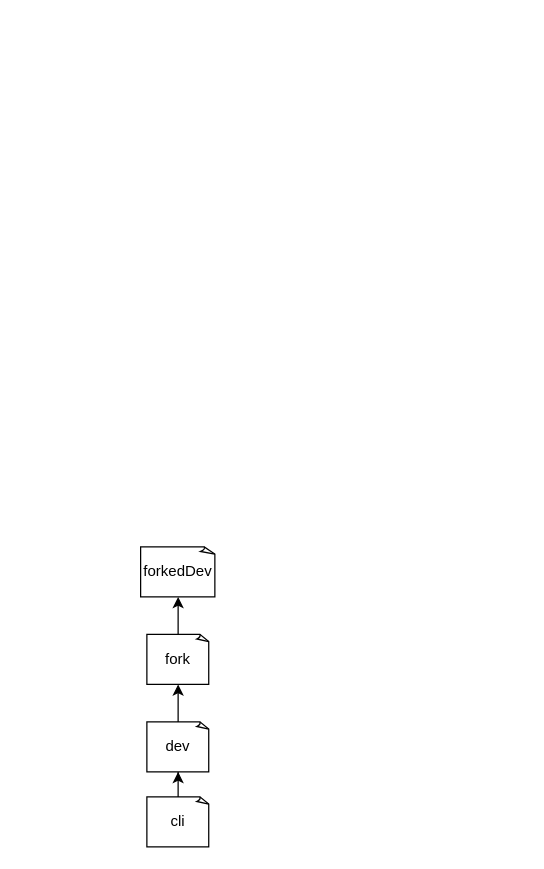
Above: umijs.drawio in simplast/blog (draw.io), before the change. Source tidied: cells renumbered, new cells numbered last; positions are measured from the earlier drawing's top-left corner, leaving out a move shared by most shapes. Both pictures are drawn from the tidied source at 125%, with x=0, y=0 at pixel (140, 546).
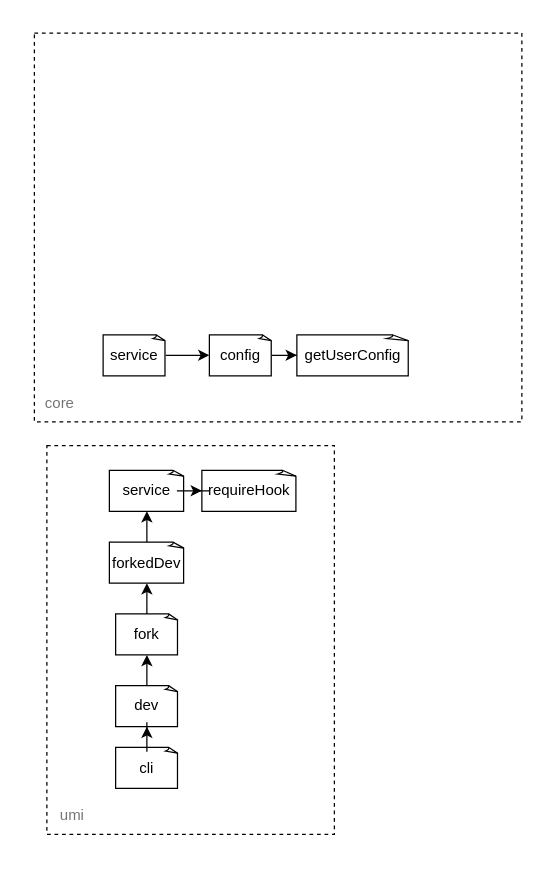
After the change.

Change to the diagram source:
```diff
@@
+    <mxCell id="9" style="group;dashed=1;" parent="1" vertex="1">
+      <mxGeometry x="-85" y="-90" width="240" height="320" as="geometry" />
+    </mxCell>
+    <mxCell id="10" style="verticalLabelPosition=bottom;verticalAlign=top;html=1;shape=mxgraph.basic.rect;fillColor2=none;strokeWidth=1;size=30;indent=5;dashed=1;" parent="9" vertex="1">
+      <mxGeometry x="10" y="8.9" width="230" height="311.1" as="geometry" />
+    </mxCell>
+    <mxCell id="3" value="cli" style="whiteSpace=wrap;html=1;shape=mxgraph.basic.document;" parent="9" vertex="1">
+      <mxGeometry x="65" y="250.3" width="50" height="32.8" as="geometry" />
+    </mxCell>
+    <mxCell id="5" value="dev" style="whiteSpace=wrap;html=1;shape=mxgraph.basic.document;" parent="9" vertex="1">
+      <mxGeometry x="65" y="201" width="50" height="32.8" as="geometry" />
+    </mxCell>
-    <mxCell id="2" style="edgeStyle=orthogonalEdgeStyle;rounded=0;jettySize=auto;html=1;" parent="1" edge="1" source="3" target="5">
+    <mxCell id="2" style="edgeStyle=orthogonalEdgeStyle;rounded=0;jettySize=auto;html=1;" parent="9" edge="1" source="3" target="5">
       <mxGeometry relative="1" as="geometry" />
     </mxCell>
-    <mxCell id="3" value="cli" style="whiteSpace=wrap;html=1;shape=mxgraph.basic.document;" parent="1" vertex="1">
-      <mxGeometry x="5" y="200" width="50" height="40" as="geometry" />
-    </mxCell>
+    <mxCell id="7" value="fork" style="whiteSpace=wrap;html=1;shape=mxgraph.basic.document;" parent="9" vertex="1">
+      <mxGeometry x="65" y="143.6" width="50" height="32.8" as="geometry" />
+    </mxCell>
-    <mxCell id="4" style="edgeStyle=orthogonalEdgeStyle;rounded=0;jettySize=auto;html=1;" parent="1" edge="1" source="5" target="7">
+    <mxCell id="4" style="edgeStyle=orthogonalEdgeStyle;rounded=0;jettySize=auto;html=1;" parent="9" edge="1" source="5" target="7">
       <mxGeometry relative="1" as="geometry" />
     </mxCell>
-    <mxCell id="5" value="dev" style="whiteSpace=wrap;html=1;shape=mxgraph.basic.document;" parent="1" vertex="1">
-      <mxGeometry x="5" y="140" width="50" height="40" as="geometry" />
-    </mxCell>
+    <mxCell id="8" value="forkedDev" style="whiteSpace=wrap;html=1;shape=mxgraph.basic.document;" parent="9" vertex="1">
+      <mxGeometry x="60" y="86.2" width="60" height="32.8" as="geometry" />
+    </mxCell>
-    <mxCell id="6" style="edgeStyle=orthogonalEdgeStyle;rounded=0;jettySize=auto;html=1;" parent="1" edge="1" source="7" target="8">
+    <mxCell id="6" style="edgeStyle=orthogonalEdgeStyle;rounded=0;jettySize=auto;html=1;" parent="9" edge="1" source="7" target="8">
       <mxGeometry relative="1" as="geometry" />
     </mxCell>
-    <mxCell id="7" value="fork" style="whiteSpace=wrap;html=1;shape=mxgraph.basic.document;" parent="1" vertex="1">
-      <mxGeometry x="5" y="70" width="50" height="40" as="geometry" />
-    </mxCell>
-    <mxCell id="8" value="forkedDev" style="whiteSpace=wrap;html=1;shape=mxgraph.basic.document;" parent="1" vertex="1">
-      <mxGeometry width="60" height="40" as="geometry" />
-    </mxCell>
+    <mxCell id="11" value="service" style="whiteSpace=wrap;html=1;shape=mxgraph.basic.document;" parent="9" vertex="1">
+      <mxGeometry x="60" y="28.7" width="60" height="32.8" as="geometry" />
+    </mxCell>
+    <mxCell id="12" style="edgeStyle=orthogonalEdgeStyle;rounded=0;jettySize=auto;html=1;" parent="9" edge="1" source="8" target="11">
+      <mxGeometry relative="1" as="geometry" />
+    </mxCell>
+    <mxCell id="13" value="umi" style="text;html=1;align=center;verticalAlign=middle;strokeColor=none;fillColor=none;fontColor=#757575;" parent="9" vertex="1">
+      <mxGeometry x="10" y="290" width="40" height="30" as="geometry" />
+    </mxCell>
+    <mxCell id="14" value="requireHook" style="whiteSpace=wrap;html=1;shape=mxgraph.basic.document;" parent="9" vertex="1">
+      <mxGeometry x="134" y="28.7" width="76" height="32.8" as="geometry" />
+    </mxCell>
+    <mxCell id="15" style="edgeStyle=orthogonalEdgeStyle;rounded=0;jettySize=auto;html=1;" parent="9" edge="1" source="11" target="14">
+      <mxGeometry relative="1" as="geometry" />
+    </mxCell>
+    <mxCell id="16" style="group;dashed=1;" parent="1" vertex="1">
+      <mxGeometry x="-95" y="-420" width="400" height="320" as="geometry" />
+    </mxCell>
+    <mxCell id="17" style="verticalLabelPosition=bottom;verticalAlign=top;html=1;shape=mxgraph.basic.rect;fillColor2=none;strokeWidth=1;size=30;indent=5;dashed=1;" parent="16" vertex="1">
+      <mxGeometry x="10" y="8.9" width="390" height="311.1" as="geometry" />
+    </mxCell>
+    <mxCell id="18" value="service" style="whiteSpace=wrap;html=1;shape=mxgraph.basic.document;" parent="16" vertex="1">
+      <mxGeometry x="65" y="250.3" width="50" height="32.8" as="geometry" />
+    </mxCell>
+    <mxCell id="19" style="edgeStyle=orthogonalEdgeStyle;rounded=0;orthogonalLoop=1;jettySize=auto;html=1;" parent="16" edge="1">
+      <mxGeometry relative="1" as="geometry">
+        <mxPoint x="90" y="176.4" as="targetPoint" />
+      </mxGeometry>
+    </mxCell>
+    <mxCell id="20" style="edgeStyle=orthogonalEdgeStyle;rounded=0;orthogonalLoop=1;jettySize=auto;html=1;" parent="16" edge="1">
+      <mxGeometry relative="1" as="geometry">
+        <mxPoint x="90" y="119" as="targetPoint" />
+      </mxGeometry>
+    </mxCell>
+    <mxCell id="21" style="edgeStyle=orthogonalEdgeStyle;rounded=0;orthogonalLoop=1;jettySize=auto;html=1;" parent="16" edge="1">
+      <mxGeometry relative="1" as="geometry">
+        <mxPoint x="90" y="61.5" as="targetPoint" />
+      </mxGeometry>
+    </mxCell>
+    <mxCell id="22" value="core" style="text;html=1;align=center;verticalAlign=middle;strokeColor=none;fillColor=none;fontColor=#757575;" parent="16" vertex="1">
+      <mxGeometry x="5" y="290" width="50" height="30" as="geometry" />
+    </mxCell>
+    <mxCell id="23" value="config" style="whiteSpace=wrap;html=1;shape=mxgraph.basic.document;" parent="16" vertex="1">
+      <mxGeometry x="150" y="250.3" width="50" height="32.8" as="geometry" />
+    </mxCell>
+    <mxCell id="24" style="edgeStyle=orthogonalEdgeStyle;rounded=0;jettySize=auto;html=1;" parent="16" edge="1" source="18" target="23">
+      <mxGeometry relative="1" as="geometry" />
+    </mxCell>
+    <mxCell id="25" value="getUserConfig" style="whiteSpace=wrap;html=1;shape=mxgraph.basic.document;" parent="16" vertex="1">
+      <mxGeometry x="220" y="250.3" width="90" height="32.8" as="geometry" />
+    </mxCell>
+    <mxCell id="26" style="edgeStyle=orthogonalEdgeStyle;rounded=0;jettySize=auto;html=1;" parent="16" edge="1" source="23" target="25">
+      <mxGeometry relative="1" as="geometry" />
+    </mxCell>
```
